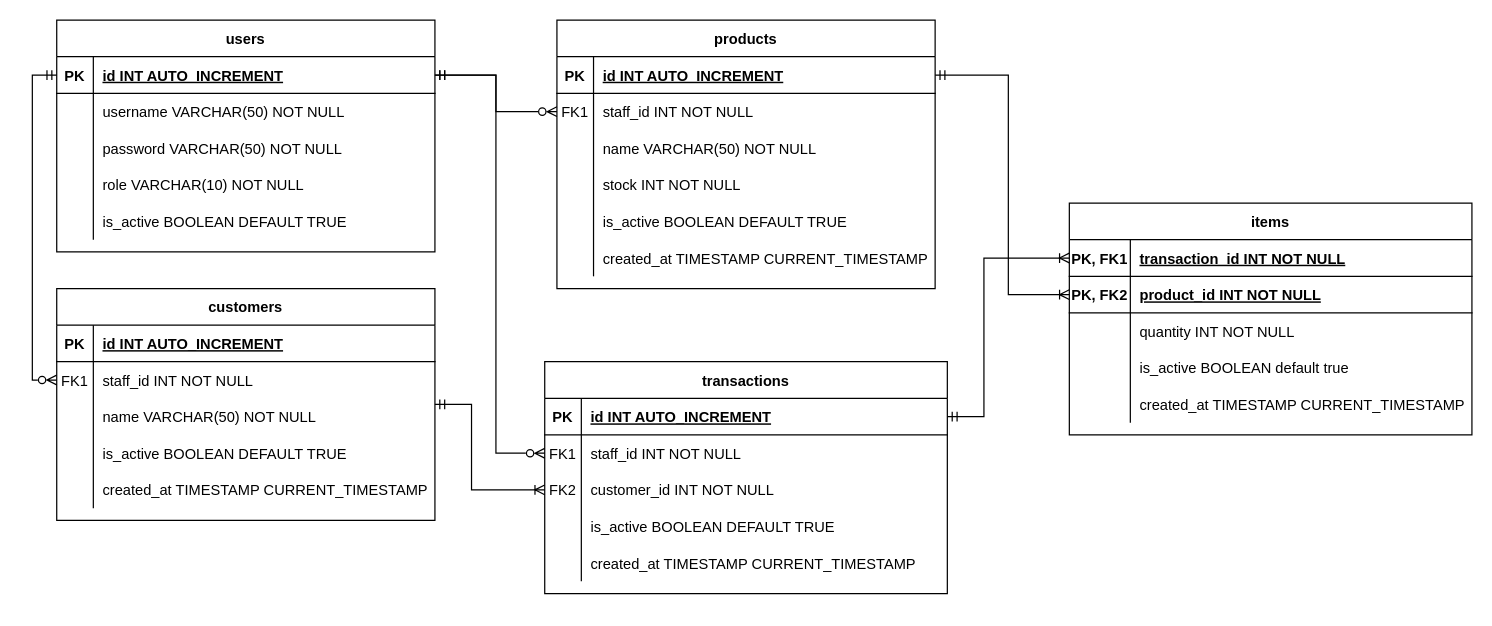
Earlier version of the draw.io diagram tokoku-erd.drawio (helmimuzkr/tokoku). Source tidied: cells renumbered, new cells numbered last; positions are measured from the earlier drawing's top-left corner, leaving out a move shared by most shapes. Both pictures are drawn from the tidied source at 122%, with x=0, y=0 at pixel (32, 20).
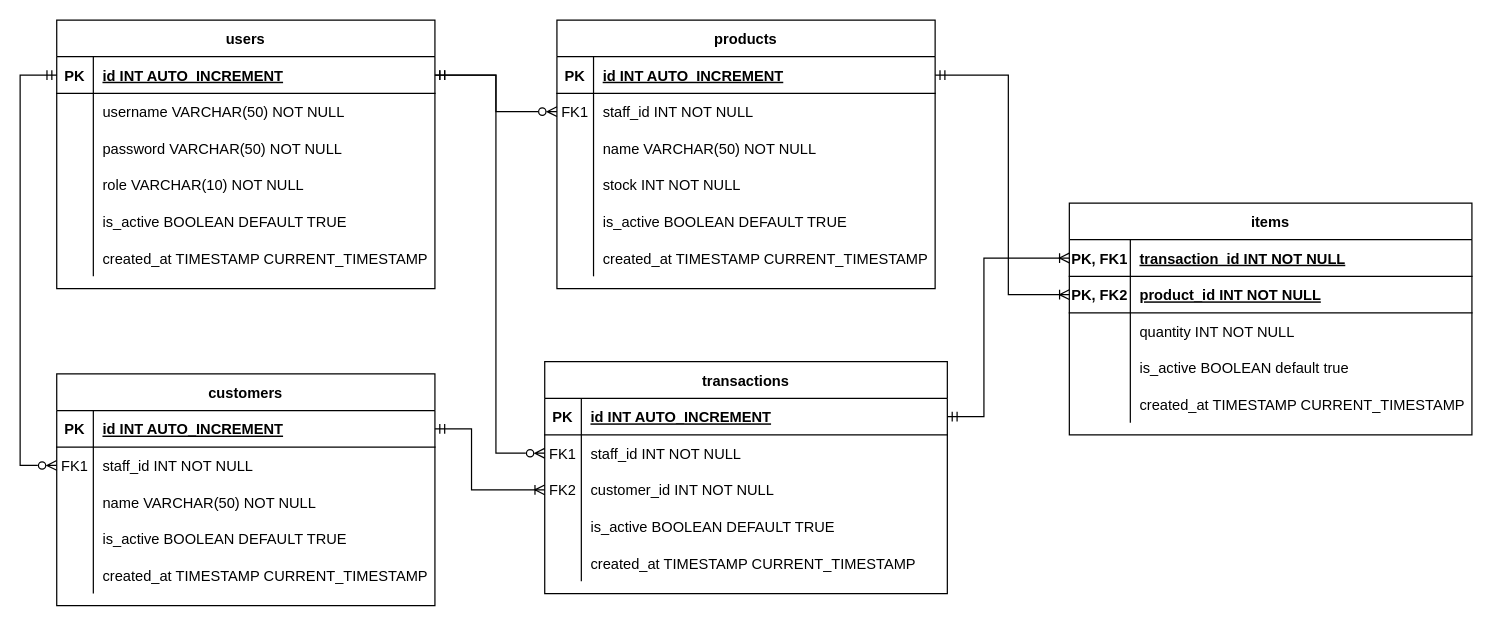
The same page after the edit.

Unchanged cells that the change refers to:
```xml
<mxCell id="3" style="shape=partialRectangle;fillColor=none;points=[[0,0.5],[1,0.5]];portConstraint=eastwest;top=0;left=0;right=0;bottom=1;" parent="2" vertex="1">
  <mxGeometry y="30" width="310" height="30" as="geometry" />
</mxCell>
<mxCell id="20" style="shape=partialRectangle;fillColor=none;points=[[0,0.5],[1,0.5]];portConstraint=eastwest;top=0;left=0;right=0;bottom=1;" parent="19" vertex="1">
  <mxGeometry y="30" width="310" height="30" as="geometry" />
</mxCell>
<mxCell id="23" style="shape=partialRectangle;fillColor=none;points=[[0,0.5],[1,0.5]];portConstraint=eastwest;top=0;left=0;right=0;bottom=0;" parent="19" vertex="1">
  <mxGeometry y="60" width="310" height="30" as="geometry" />
</mxCell>
<mxCell id="61" style="shape=partialRectangle;fillColor=none;points=[[0,0.5],[1,0.5]];portConstraint=eastwest;top=0;left=0;right=0;bottom=0;" parent="54" vertex="1">
  <mxGeometry y="90" width="330" height="30" as="geometry" />
</mxCell>
```

Diff of the diagram source:
```diff
@@
     <mxCell id="2" value="users" style="shape=table;startSize=30;childLayout=tableLayout;rowLines=0;fontStyle=1;align=center;" parent="1" vertex="1">
-      <mxGeometry x="20" width="310" height="190" as="geometry" />
+      <mxGeometry x="20" width="310" height="220" as="geometry" />
     </mxCell>
@@
+    <mxCell id="91" style="shape=partialRectangle;fillColor=none;top=0;left=0;right=0;bottom=0;" parent="2" vertex="1">
+      <mxGeometry y="180" width="310" height="30" as="geometry" />
+    </mxCell>
+    <mxCell id="92" style="shape=partialRectangle;overflow=hidden;fillColor=none;top=0;left=0;bottom=0;right=0;" parent="91" vertex="1">
+      <mxGeometry width="30" height="30" as="geometry" />
+    </mxCell>
+    <mxCell id="93" value="created_at TIMESTAMP CURRENT_TIMESTAMP" style="shape=partialRectangle;overflow=hidden;fillColor=none;top=0;left=0;bottom=0;right=0;align=left;spacingLeft=6;" parent="91" vertex="1">
+      <mxGeometry x="30" width="280" height="30" as="geometry" />
+    </mxCell>
-    <mxCell id="18" style="edgeStyle=orthogonalEdgeStyle;rounded=0;jettySize=auto;html=1;entryX=0;entryY=0.5;entryDx=0;entryDy=0;startArrow=ERmandOne;startFill=0;endArrow=ERoneToMany;endFill=0;" parent="1" edge="1" source="19" target="61">
+    <mxCell id="18" style="edgeStyle=orthogonalEdgeStyle;rounded=0;jettySize=auto;html=1;entryX=0;entryY=0.5;entryDx=0;entryDy=0;startArrow=ERmandOne;startFill=0;endArrow=ERoneToMany;endFill=0;exitX=1;exitY=0.5;exitDx=0;exitDy=0;" parent="1" edge="1" source="20" target="61">
       <mxGeometry relative="1" as="geometry">
         <Array as="points">
-          <mxPoint x="360" y="315" />
+          <mxPoint x="360" y="335" />
           <mxPoint x="360" y="385" />
         </Array>
       </mxGeometry>
     </mxCell>
     <mxCell id="19" value="customers" style="shape=table;startSize=30;childLayout=tableLayout;rowLines=0;fontStyle=1;align=center;" parent="1" vertex="1">
-      <mxGeometry x="20" y="220" width="310" height="190" as="geometry" />
+      <mxGeometry x="20" y="290" width="310" height="190" as="geometry" />
     </mxCell>
@@
     <mxCell id="86" style="edgeStyle=orthogonalEdgeStyle;rounded=0;jettySize=auto;html=1;entryX=0;entryY=0.5;entryDx=0;entryDy=0;endArrow=ERzeroToMany;endFill=0;startArrow=ERmandOne;startFill=0;" parent="1" edge="1" source="3" target="23">
       <mxGeometry relative="1" as="geometry">
         <Array as="points">
-          <mxPoint y="45" />
-          <mxPoint y="295" />
+          <mxPoint x="-10" y="45" />
+          <mxPoint x="-10" y="365" />
         </Array>
       </mxGeometry>
     </mxCell>
```
